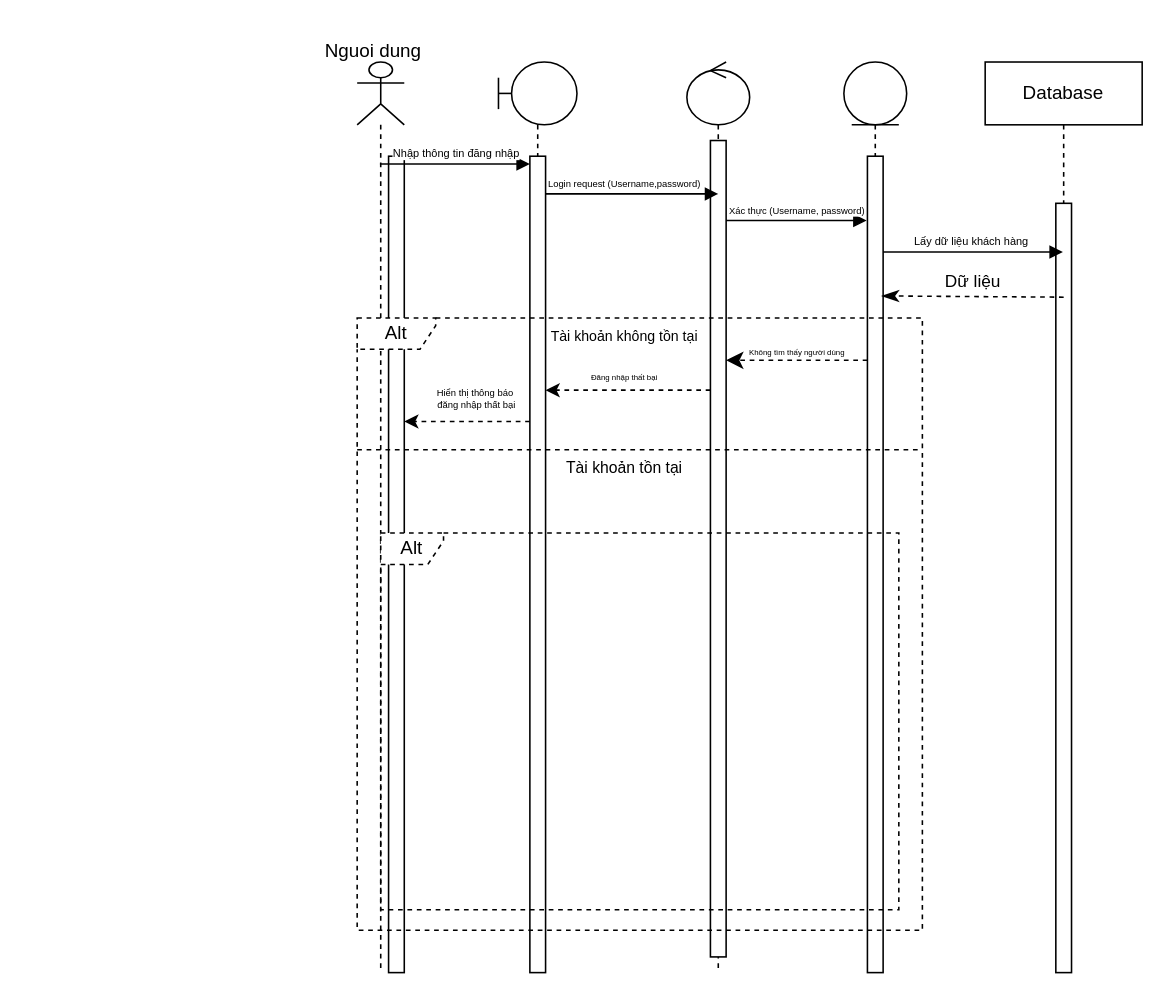
Earlier version of the draw.io diagram page "Trang-5" (6 of 6) of shitttt.drawio (Ly-Tien-Dat/doantt). Source tidied: cells renumbered, new cells numbered last; positions are measured from the earlier drawing's top-left corner, leaving out a move shared by most shapes. Both pictures are drawn from the tidied source at 157%, with x=0, y=0 at pixel (309, 27).
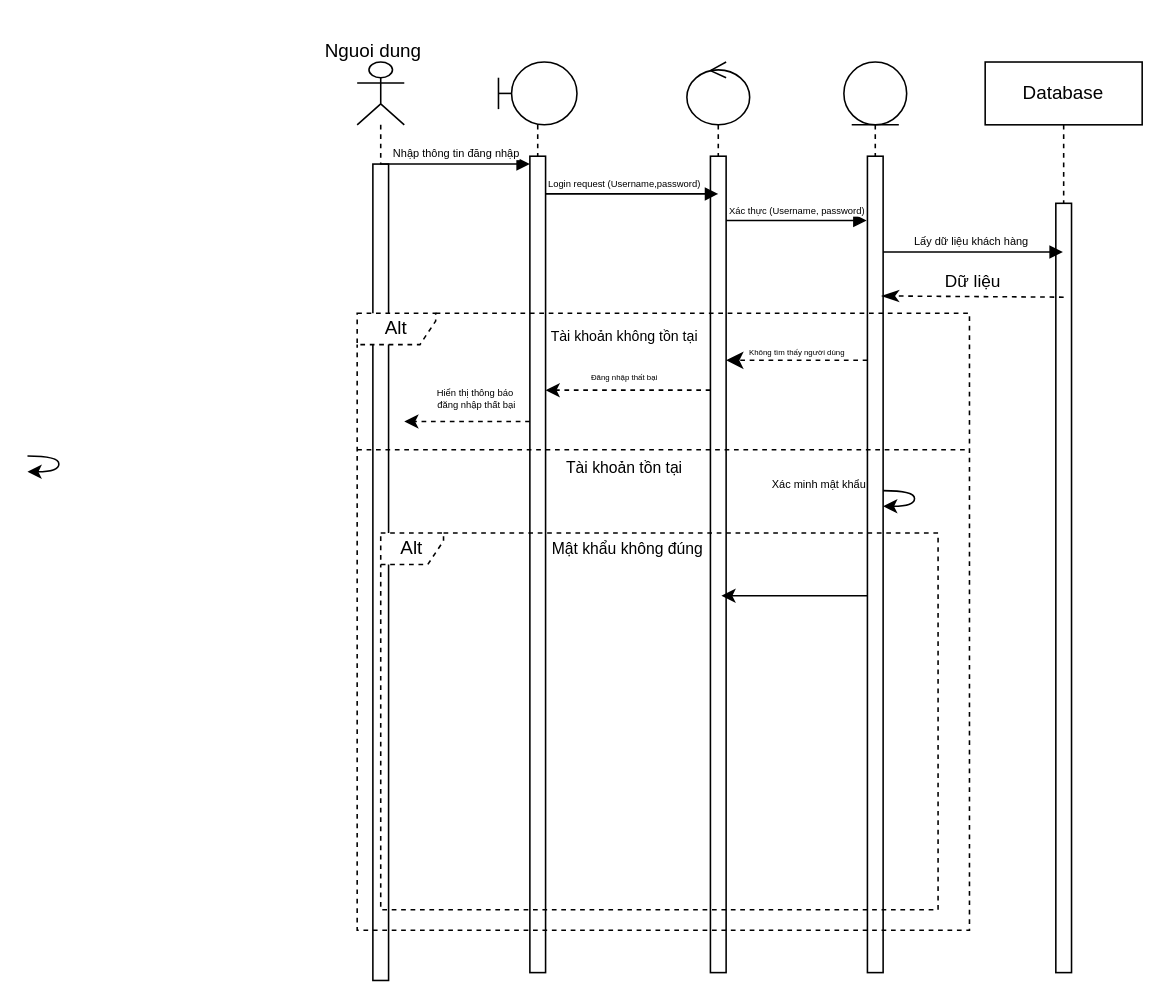
Above is the later version.

Commit message (it also covers changes not shown here):
Cập nhật shitttt.drawio

The change refers to these unchanged cells:
```xml
<mxCell id="2" style="shape=umlLifeline;perimeter=lifelinePerimeter;whiteSpace=wrap;html=1;outlineConnect=0;portConstraint=eastwest;newEdgeStyle={&quot;curved&quot;:0,&quot;rounded&quot;:0};participant=umlActor;" parent="1" vertex="1">
  <mxGeometry x="30" y="22" width="30" height="580" as="geometry" />
</mxCell>
<mxCell id="6" style="shape=umlLifeline;perimeter=lifelinePerimeter;whiteSpace=wrap;html=1;newEdgeStyle={&quot;curved&quot;:0,&quot;rounded&quot;:0};participant=umlControl;" parent="1" vertex="1">
  <mxGeometry x="240" y="22" width="40" height="580" as="geometry" />
</mxCell>
```

Diff of the diagram source:
```diff
@@
     <mxCell id="3" style="html=1;perimeter=orthogonalPerimeter;targetShapes=umlLifeline;newEdgeStyle={&quot;curved&quot;:0,&quot;rounded&quot;:0};" parent="2" vertex="1">
-      <mxGeometry x="20" y="60" width="10" height="520" as="geometry" />
+      <mxGeometry x="10" y="65" width="10" height="520" as="geometry" />
     </mxCell>
@@
     <mxCell id="7" style="html=1;perimeter=orthogonalPerimeter;targetShapes=umlLifeline;newEdgeStyle={&quot;curved&quot;:0,&quot;rounded&quot;:0};" parent="6" vertex="1">
-      <mxGeometry x="15" y="50" width="10" height="520" as="geometry" />
+      <mxGeometry x="15" y="60" width="10" height="520" as="geometry" />
     </mxCell>
@@
     <mxCell id="18" value="Alt" style="shape=umlFrame;whiteSpace=wrap;html=1;dashed=1;width=50;height=20;" parent="1" vertex="1">
-      <mxGeometry x="30" y="185" width="360" height="390" as="geometry" />
+      <mxGeometry x="30" y="182" width="390" height="393" as="geometry" />
     </mxCell>
     <mxCell id="19" style="line;strokeWidth=1;fillColor=none;align=left;verticalAlign=middle;spacingTop=-1;spacingLeft=3;spacingRight=3;labelPosition=right;strokeColor=inherit;dashed=1;" parent="1" vertex="1">
-      <mxGeometry x="30" y="265" width="360" height="8" as="geometry" />
+      <mxGeometry x="30" y="265" width="390" height="8" as="geometry" />
     </mxCell>
@@
     <mxCell id="26" value="Alt" style="shape=umlFrame;whiteSpace=wrap;html=1;dashed=1;width=40;height=20;" parent="1" vertex="1">
-      <mxGeometry x="45" y="322" width="330" height="240" as="geometry" />
+      <mxGeometry x="45" y="322" width="355" height="240" as="geometry" />
     </mxCell>
@@
+    <mxCell id="28" style="endArrow=none;html=1;rounded=0;edgeStyle=orthogonalEdgeStyle;curved=1;endFill=1;startFill=1;startArrow=classic;" parent="1" edge="1">
+      <mxGeometry relative="1" as="geometry">
+        <mxPoint x="-180" y="283" as="sourcePoint" />
+        <mxPoint x="-180" y="273" as="targetPoint" />
+        <Array as="points">
+          <mxPoint x="-160" y="283" />
+        </Array>
+      </mxGeometry>
+    </mxCell>
+    <mxCell id="29" style="endArrow=none;html=1;rounded=0;edgeStyle=orthogonalEdgeStyle;curved=1;endFill=1;startFill=1;startArrow=classic;" parent="1" edge="1">
+      <mxGeometry relative="1" as="geometry">
+        <mxPoint x="365" y="305" as="sourcePoint" />
+        <mxPoint x="365" y="295" as="targetPoint" />
+        <Array as="points">
+          <mxPoint x="385" y="305" />
+        </Array>
+      </mxGeometry>
+    </mxCell>
+    <mxCell id="30" value="Xác minh mật khẩu" style="text;html=1;align=center;verticalAlign=middle;strokeColor=none;fillColor=none;fontSize=7;fontStyle=0;fontColor=#000000;" parent="1" vertex="1">
+      <mxGeometry x="284" y="282" width="80" height="20" as="geometry" />
+    </mxCell>
+    <mxCell id="31" value="Mật khẩu không đúng" style="text;html=1;align=center;verticalAlign=middle;strokeColor=none;fillColor=none;fontSize=10;" parent="1" vertex="1">
+      <mxGeometry x="142" y="317" width="120" height="30" as="geometry" />
+    </mxCell>
+    <mxCell id="32" style="rounded=0;orthogonalLoop=1;jettySize=auto;html=1;" parent="1" edge="1">
+      <mxGeometry relative="1" as="geometry">
+        <mxPoint x="355" y="362" as="sourcePoint" />
+        <mxPoint x="262" y="362" as="targetPoint" />
+        <Array as="points">
+          <mxPoint x="310" y="362" />
+        </Array>
+      </mxGeometry>
+    </mxCell>
```
